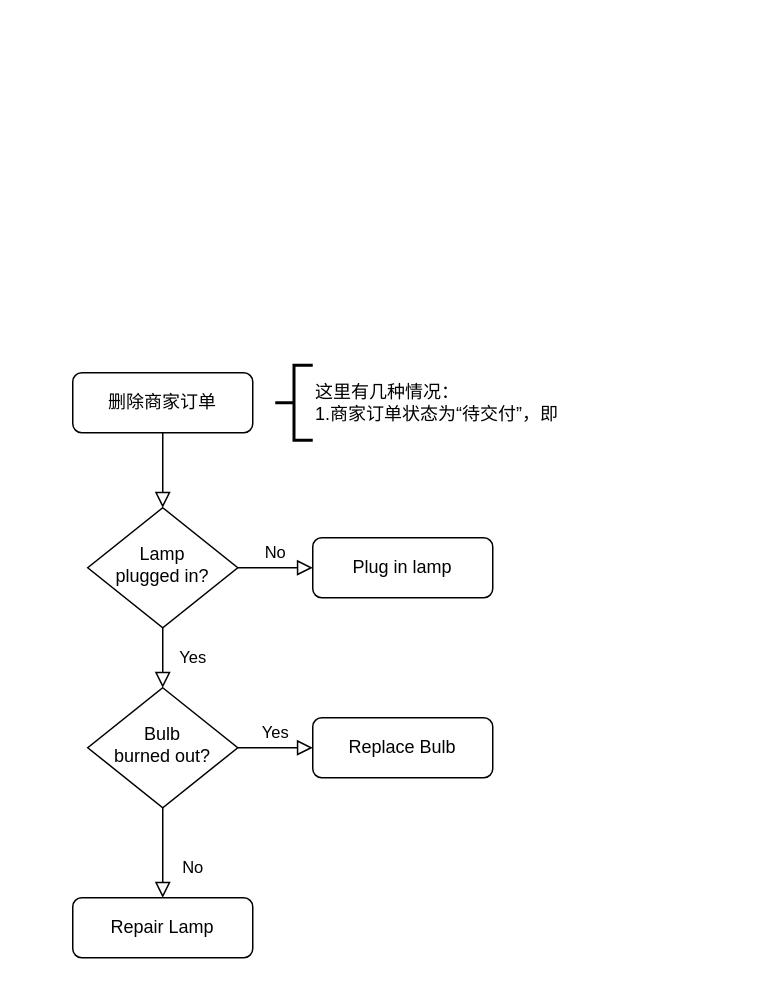
Before: img/流程图.drawio in OldQi/first_rpo, a draw.io diagram. Source tidied: cells renumbered, new cells numbered last; positions are measured from the earlier drawing's top-left corner, leaving out a move shared by most shapes. Both pictures are drawn from the tidied source at 150%, with x=0, y=0 at pixel (72, 364).
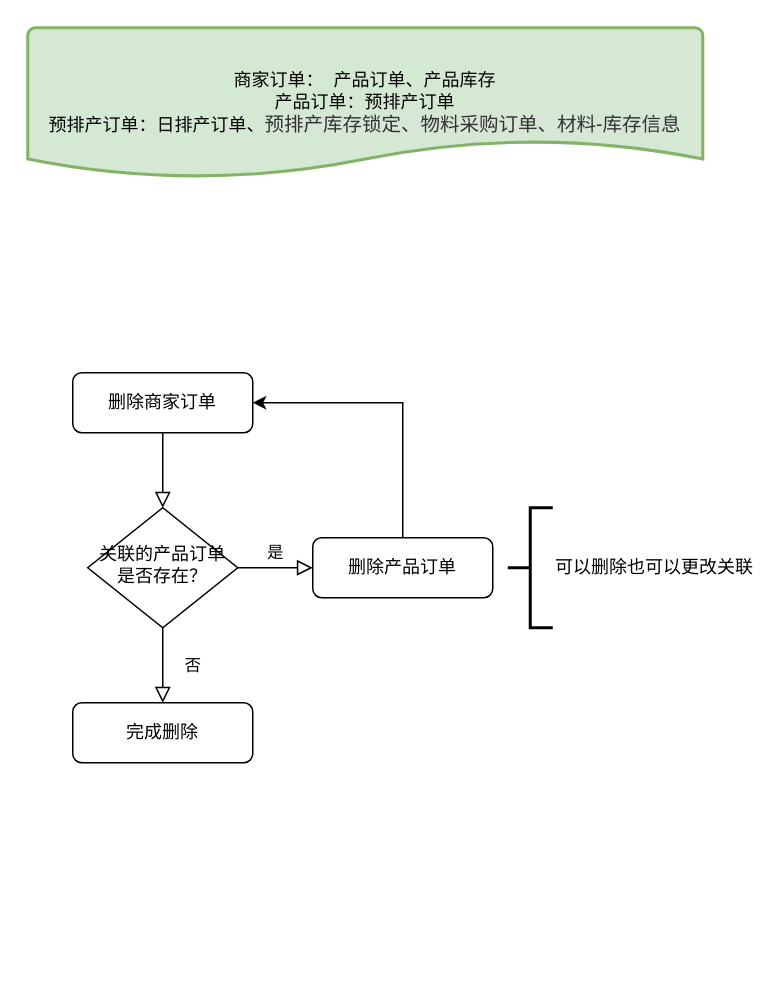
The same diagram, later.

Commit message:
更新流程图.drawio

Diff of the diagram source:
```diff
@@
 <mxGraphModel>
   <root>
     <mxCell id="0" />
     <mxCell id="1" parent="0" />
     <mxCell id="2" style="rounded=0;html=1;jettySize=auto;fontSize=11;endArrow=block;endFill=0;endSize=8;strokeWidth=1;shadow=0;labelBackgroundColor=none;edgeStyle=orthogonalEdgeStyle;" parent="1" edge="1" source="3" target="6">
       <mxGeometry relative="1" as="geometry" />
     </mxCell>
     <mxCell id="3" value="删除商家订单" style="rounded=1;whiteSpace=wrap;html=1;fontSize=12;glass=0;strokeWidth=1;shadow=0;" parent="1" vertex="1">
       <mxGeometry y="5" width="120" height="40" as="geometry" />
     </mxCell>
-    <mxCell id="4" value="Yes" style="rounded=0;html=1;jettySize=auto;fontSize=11;endArrow=block;endFill=0;endSize=8;strokeWidth=1;shadow=0;labelBackgroundColor=none;edgeStyle=orthogonalEdgeStyle;" parent="1" edge="1" source="6" target="10">
+    <mxCell id="4" value="否" style="rounded=0;html=1;jettySize=auto;fontSize=11;endArrow=block;endFill=0;endSize=8;strokeWidth=1;shadow=0;labelBackgroundColor=none;edgeStyle=orthogonalEdgeStyle;entryX=0.5;entryY=0;entryDx=0;entryDy=0;" parent="1" edge="1" source="6" target="11">
       <mxGeometry y="20" relative="1" as="geometry" />
     </mxCell>
-    <mxCell id="5" value="No" style="edgeStyle=orthogonalEdgeStyle;rounded=0;html=1;jettySize=auto;fontSize=11;endArrow=block;endFill=0;endSize=8;strokeWidth=1;shadow=0;labelBackgroundColor=none;" parent="1" edge="1" source="6" target="7">
+    <mxCell id="5" value="是" style="edgeStyle=orthogonalEdgeStyle;rounded=0;html=1;jettySize=auto;fontSize=11;endArrow=block;endFill=0;endSize=8;strokeWidth=1;shadow=0;labelBackgroundColor=none;" parent="1" edge="1" source="6" target="7">
       <mxGeometry y="10" relative="1" as="geometry" />
     </mxCell>
-    <mxCell id="6" value="Lamp&lt;br&gt;plugged in?" style="rhombus;whiteSpace=wrap;html=1;shadow=0;fontFamily=Helvetica;fontSize=12;align=center;strokeWidth=1;spacing=6;spacingTop=-4;" parent="1" vertex="1">
+    <mxCell id="6" value="关联的产品订单是否存在？" style="rhombus;whiteSpace=wrap;html=1;shadow=0;fontFamily=Helvetica;fontSize=12;align=center;strokeWidth=1;spacing=6;spacingTop=-4;" parent="1" vertex="1">
       <mxGeometry x="10" y="95" width="100" height="80" as="geometry" />
     </mxCell>
+    <mxCell id="14" style="edgeStyle=orthogonalEdgeStyle;rounded=0;jettySize=auto;html=1;entryX=1;entryY=0.5;entryDx=0;entryDy=0;" parent="1" edge="1" source="7" target="3">
+      <mxGeometry relative="1" as="geometry">
+        <Array as="points">
+          <mxPoint x="220" y="25" />
+        </Array>
+      </mxGeometry>
+    </mxCell>
-    <mxCell id="7" value="Plug in lamp" style="rounded=1;whiteSpace=wrap;html=1;fontSize=12;glass=0;strokeWidth=1;shadow=0;" parent="1" vertex="1">
+    <mxCell id="7" value="删除产品订单" style="rounded=1;whiteSpace=wrap;html=1;fontSize=12;glass=0;strokeWidth=1;shadow=0;" parent="1" vertex="1">
       <mxGeometry x="160" y="115" width="120" height="40" as="geometry" />
     </mxCell>
-    <mxCell id="8" value="No" style="rounded=0;html=1;jettySize=auto;fontSize=11;endArrow=block;endFill=0;endSize=8;strokeWidth=1;shadow=0;labelBackgroundColor=none;edgeStyle=orthogonalEdgeStyle;" parent="1" edge="1" source="10" target="11">
-      <mxGeometry x="0.33" y="20" relative="1" as="geometry" />
-    </mxCell>
-    <mxCell id="9" value="Yes" style="edgeStyle=orthogonalEdgeStyle;rounded=0;html=1;jettySize=auto;fontSize=11;endArrow=block;endFill=0;endSize=8;strokeWidth=1;shadow=0;labelBackgroundColor=none;" parent="1" edge="1" source="10" target="12">
-      <mxGeometry y="10" relative="1" as="geometry" />
-    </mxCell>
-    <mxCell id="10" value="Bulb&lt;br&gt;burned out?" style="rhombus;whiteSpace=wrap;html=1;shadow=0;fontFamily=Helvetica;fontSize=12;align=center;strokeWidth=1;spacing=6;spacingTop=-4;" parent="1" vertex="1">
-      <mxGeometry x="10" y="215" width="100" height="80" as="geometry" />
-    </mxCell>
-    <mxCell id="11" value="Repair Lamp" style="rounded=1;whiteSpace=wrap;html=1;fontSize=12;glass=0;strokeWidth=1;shadow=0;" parent="1" vertex="1">
-      <mxGeometry y="355" width="120" height="40" as="geometry" />
+    <mxCell id="11" value="完成删除" style="rounded=1;whiteSpace=wrap;html=1;fontSize=12;glass=0;strokeWidth=1;shadow=0;" parent="1" vertex="1">
+      <mxGeometry y="225" width="120" height="40" as="geometry" />
     </mxCell>
-    <mxCell id="12" value="Replace Bulb" style="rounded=1;whiteSpace=wrap;html=1;fontSize=12;glass=0;strokeWidth=1;shadow=0;" parent="1" vertex="1">
-      <mxGeometry x="160" y="235" width="120" height="40" as="geometry" />
-    </mxCell>
-    <mxCell id="13" value="这里有几种情况：&lt;br&gt;1.商家订单状态为“待交付”，即" style="strokeWidth=2;html=1;shape=mxgraph.flowchart.annotation_2;align=left;labelPosition=right;" parent="1" vertex="1">
-      <mxGeometry x="135" width="25" height="50" as="geometry" />
-    </mxCell>
+    <mxCell id="15" value="商家订单：&amp;nbsp; 产品订单、产品库存&lt;br&gt;产品订单：预排产订单&lt;br&gt;预排产订单：日排产订单、&lt;span style=&quot;color: rgb(50 , 50 , 50) ; font-size: 13px ; background-color: rgba(255 , 255 , 255 , 0.01)&quot;&gt;预排产库存锁定、物料采购订单、&lt;/span&gt;&lt;span style=&quot;color: rgb(50 , 50 , 50) ; font-size: 13px ; background-color: rgba(255 , 255 , 255 , 0.01)&quot;&gt;材料-库存信息&lt;/span&gt;" style="strokeWidth=2;html=1;shape=mxgraph.flowchart.document2;whiteSpace=wrap;size=0.25;fillColor=#d5e8d4;strokeColor=#82b366;" parent="1" vertex="1">
+      <mxGeometry x="-30" y="-225" width="450" height="100" as="geometry" />
+    </mxCell>
+    <mxCell id="16" value="可以删除也可以更改关联" style="strokeWidth=2;html=1;shape=mxgraph.flowchart.annotation_2;align=left;labelPosition=right;" parent="1" vertex="1">
+      <mxGeometry x="290" y="95" width="30" height="80" as="geometry" />
+    </mxCell>
   </root>
 </mxGraphModel>
```
